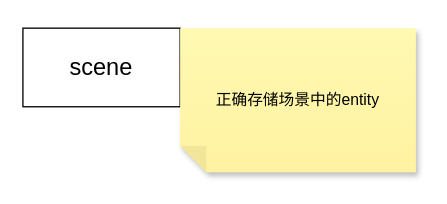
The draw.io diagram game engine.drawio in hoyeziyu/Hello_World, before the edit. Source tidied: cells renumbered, new cells numbered last; positions are measured from the earlier drawing's top-left corner, leaving out a move shared by most shapes. Both pictures are drawn from the tidied source at 131%, with x=0, y=0 at pixel (22, 28).
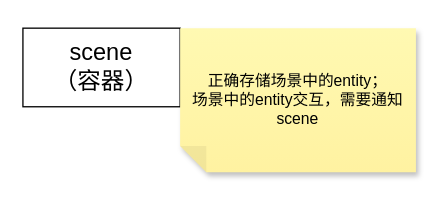
The same page after the edit.

Diff of the diagram source:
```diff
@@
 <mxGraphModel>
   <root>
     <mxCell id="0" />
     <mxCell id="1" parent="0" />
-    <mxCell id="2" value="&lt;font style=&quot;font-size: 18px;&quot;&gt;scene&lt;/font&gt;" style="rounded=0;whiteSpace=wrap;html=1;" parent="1" vertex="1">
+    <mxCell id="2" value="&lt;font style=&quot;font-size: 18px;&quot;&gt;scene&lt;/font&gt;&lt;div&gt;&lt;font style=&quot;font-size: 18px;&quot;&gt;（容器）&lt;/font&gt;&lt;/div&gt;" style="rounded=0;whiteSpace=wrap;html=1;" parent="1" vertex="1">
       <mxGeometry width="120" height="60" as="geometry" />
     </mxCell>
-    <mxCell id="3" value="正确存储场景中的entity" style="shape=note;whiteSpace=wrap;html=1;backgroundOutline=1;fontColor=#000000;darkOpacity=0.05;fillColor=#FFF9B2;strokeColor=none;fillStyle=solid;direction=west;gradientDirection=north;gradientColor=#FFF2A1;shadow=1;size=20;" parent="1" vertex="1">
+    <mxCell id="3" value="正确存储场景中的entity；&lt;br&gt;场景中的entity交互，需要通知scene" style="shape=note;whiteSpace=wrap;html=1;backgroundOutline=1;fontColor=#000000;darkOpacity=0.05;fillColor=#FFF9B2;strokeColor=none;fillStyle=solid;direction=west;gradientDirection=north;gradientColor=#FFF2A1;shadow=1;size=20;" parent="1" vertex="1">
       <mxGeometry x="120" width="180" height="110" as="geometry" />
     </mxCell>
   </root>
 </mxGraphModel>
```
